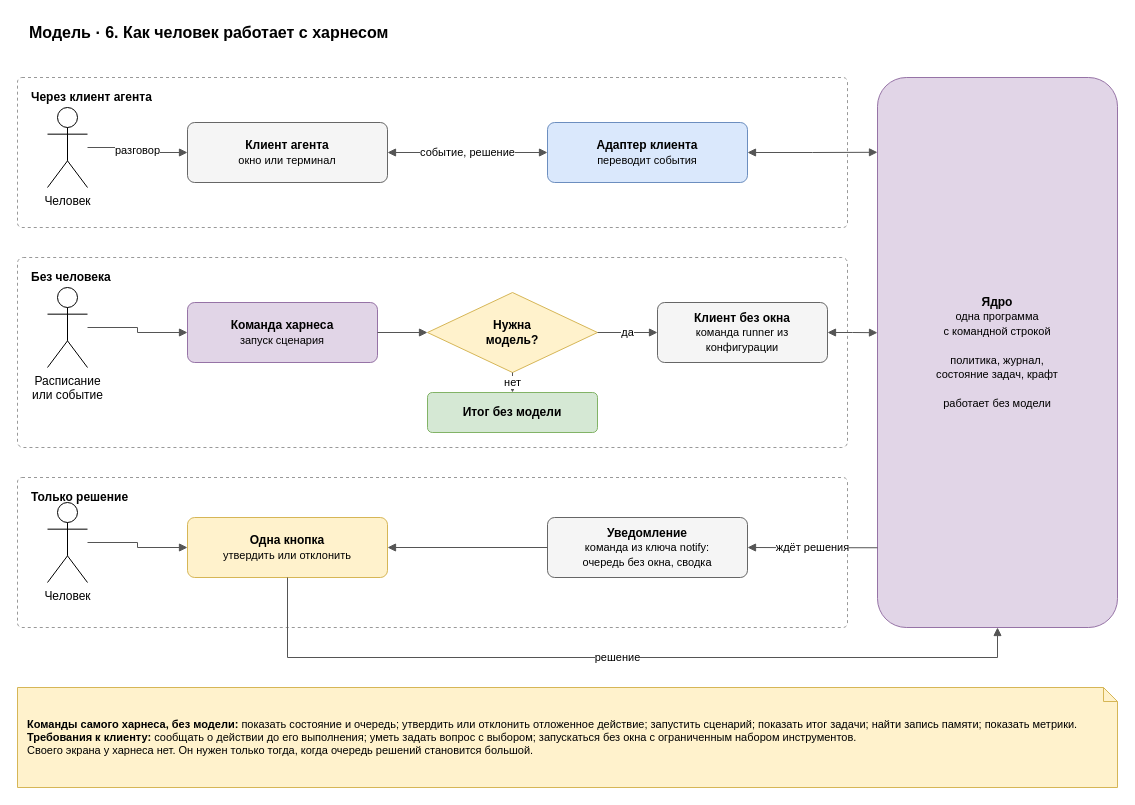
Above: page "6. Способы работы" (6 of 6) of docs/spec/harness-model.drawio in roygkov/reins (draw.io), before the change. Source tidied: cells renumbered, new cells numbered last; positions are measured from the earlier drawing's top-left corner, leaving out a move shared by most shapes. Both pictures are drawn from the tidied source at 100%, with x=0, y=0 at pixel (17, 17).
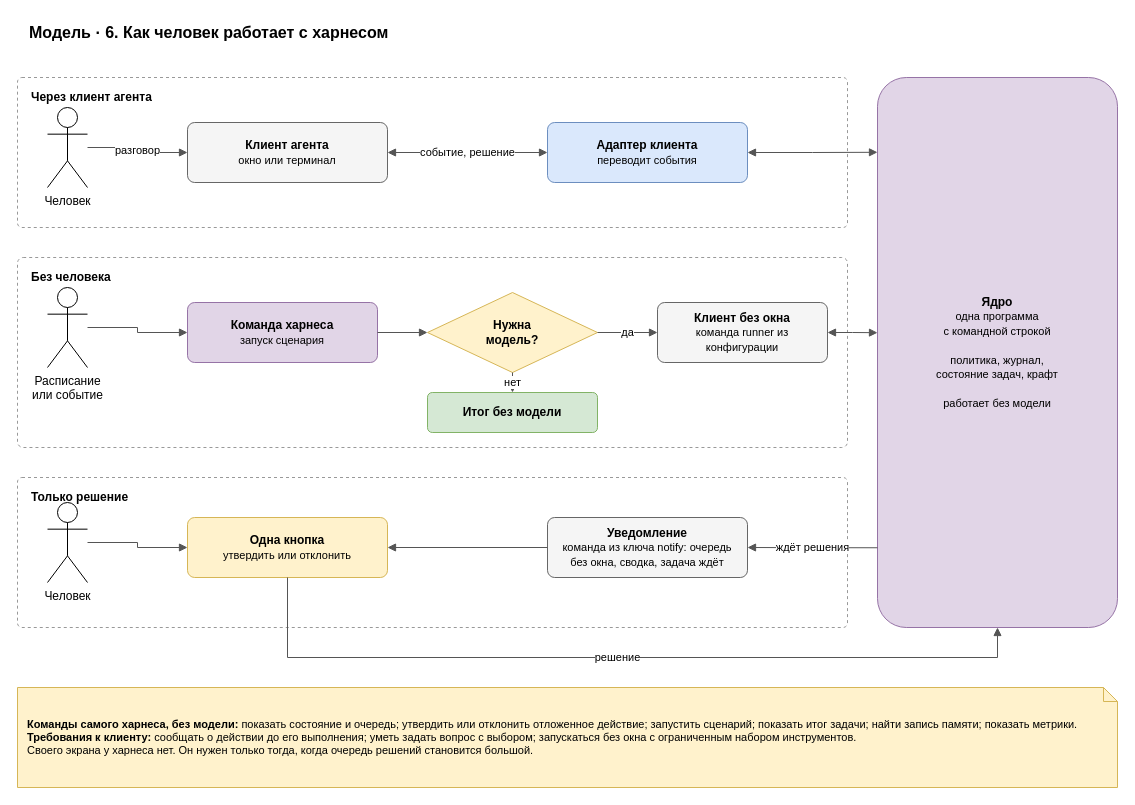
The same page after the edit.

The edit, as a diff of the source:
```diff
@@
-    <mxCell id="25" value="&lt;b&gt;Уведомление&lt;/b&gt;&lt;br&gt;&lt;font style=&quot;font-size:11px&quot;&gt;команда из ключа notify:&lt;br&gt;очередь без окна, сводка&lt;/font&gt;" style="rounded=1;whiteSpace=wrap;html=1;fillColor=#f5f5f5;strokeColor=#666666;arcSize=12;" parent="1" vertex="1">
+    <mxCell id="25" value="&lt;b&gt;Уведомление&lt;/b&gt;&lt;br&gt;&lt;font style=&quot;font-size:11px&quot;&gt;команда из ключа notify: очередь&lt;br&gt;без окна, сводка, задача ждёт&lt;/font&gt;" style="rounded=1;whiteSpace=wrap;html=1;fillColor=#f5f5f5;strokeColor=#666666;arcSize=12;" parent="1" vertex="1">
       <mxGeometry x="530" y="500" width="200" height="60" as="geometry" />
     </mxCell>
```
